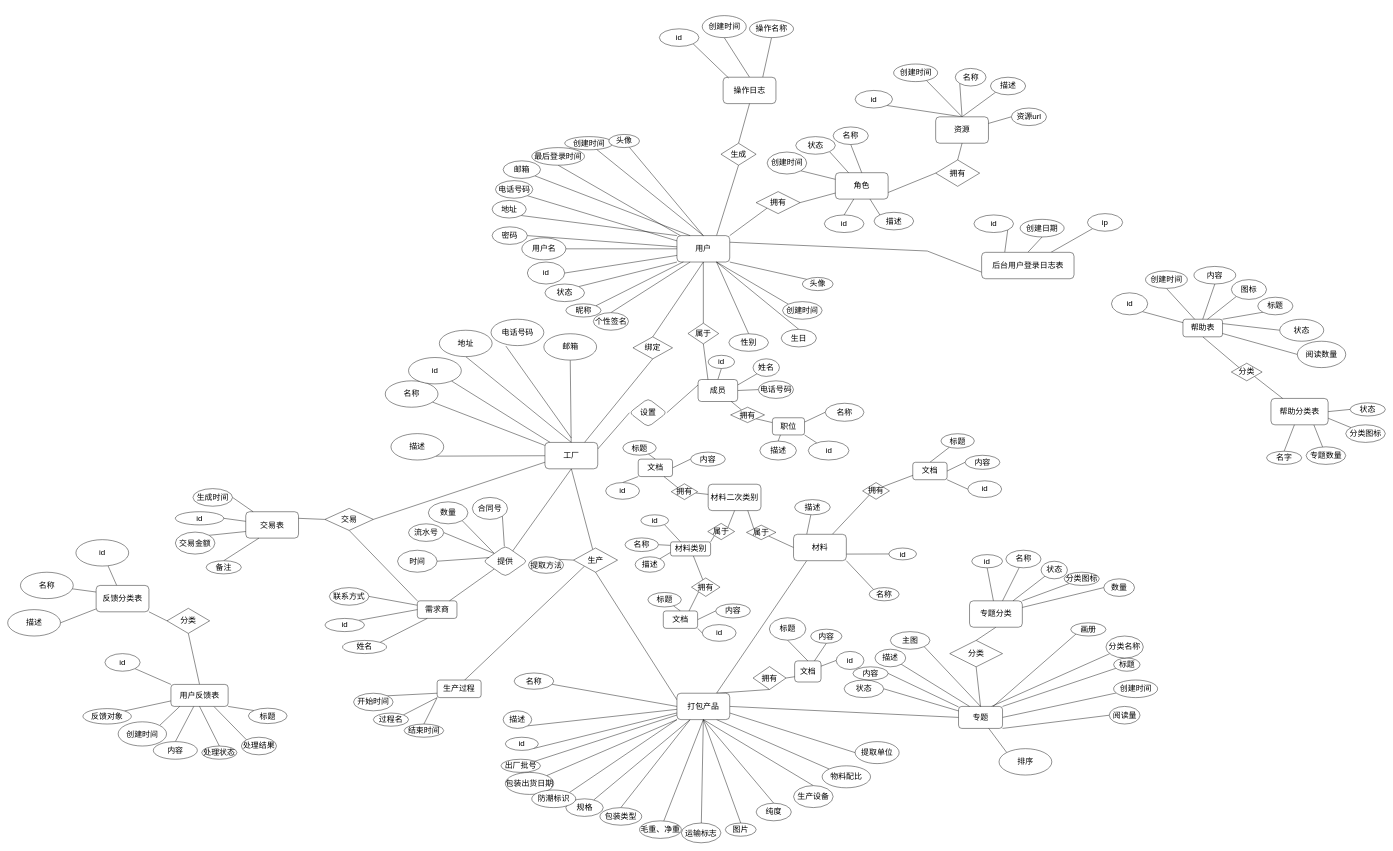
The draw.io diagram document/scheme/稀土产品数据库.drawio in hhoao/retrack, before the edit. Source tidied: cells renumbered, new cells numbered last; positions are measured from the earlier drawing's top-left corner, leaving out a move shared by most shapes. Both pictures are drawn from the tidied source at 44%, with x=0, y=0 at pixel (7, 15).
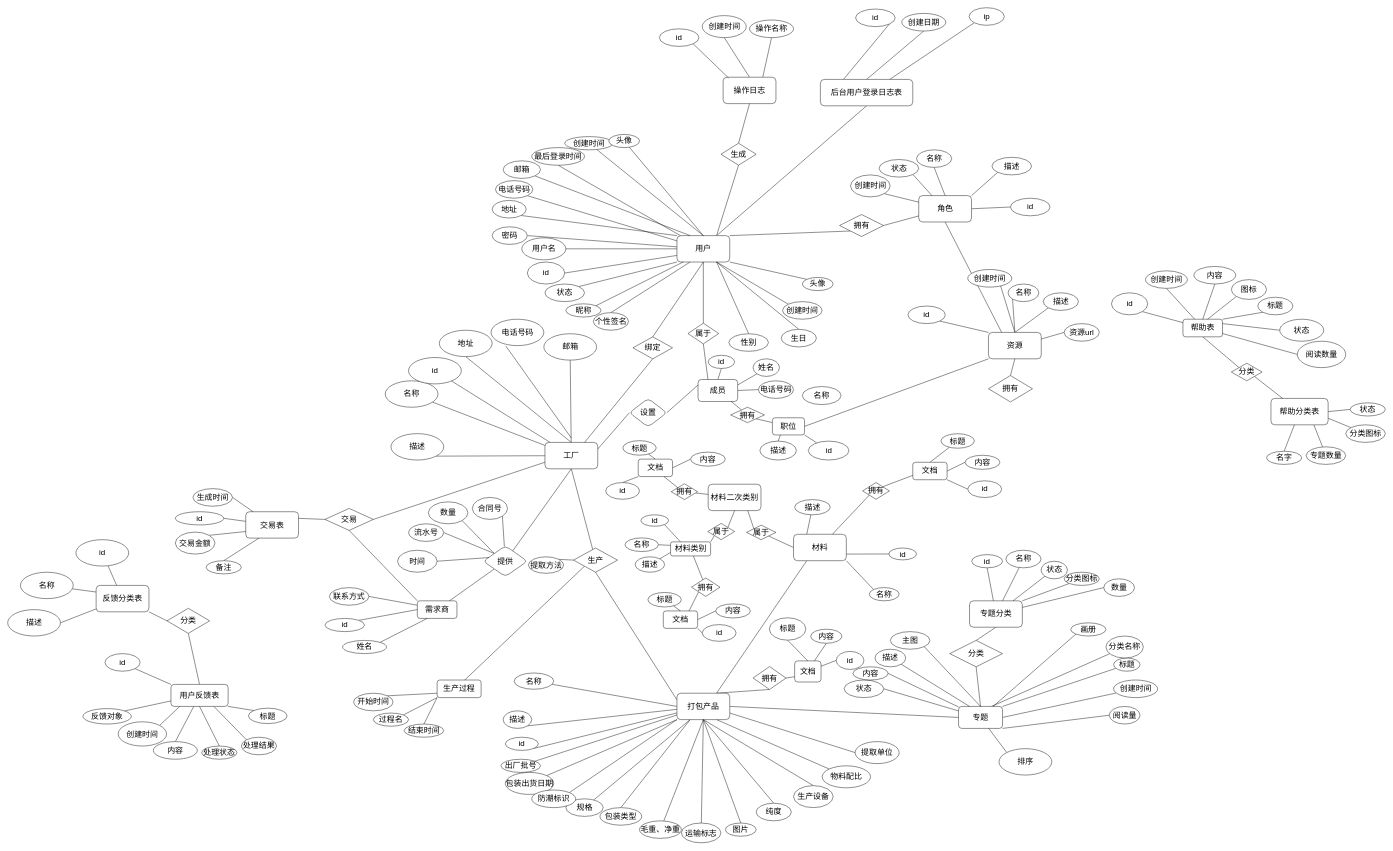
Above is the later version.

Unchanged cells that the change refers to:
```xml
<mxCell id="83" value="用户" style="rounded=1;whiteSpace=wrap;html=1;fontSize=18;" parent="1" vertex="1">
  <mxGeometry x="1521" y="500" width="120" height="60" as="geometry" />
</mxCell>
<mxCell id="278" value="职位" style="rounded=1;whiteSpace=wrap;html=1;fontFamily=Helvetica;fontSize=18;fontColor=default;" parent="1" vertex="1">
  <mxGeometry x="1738" y="914" width="73" height="39" as="geometry" />
</mxCell>
```

Change to the diagram source:
```diff
@@
-    <mxCell id="82" style="edgeStyle=none;rounded=0;jettySize=auto;html=1;exitX=1;exitY=0.25;exitDx=0;exitDy=0;entryX=0;entryY=0.75;entryDx=0;entryDy=0;fontSize=18;endArrow=none;endFill=0;" parent="1" edge="1" source="83" target="142">
-      <mxGeometry relative="1" as="geometry">
-        <Array as="points">
-          <mxPoint x="2090" y="535" />
-        </Array>
-      </mxGeometry>
+    <mxCell id="82" style="rounded=0;jettySize=auto;html=1;exitX=0.75;exitY=0;exitDx=0;exitDy=0;entryX=0.5;entryY=1;entryDx=0;entryDy=0;endArrow=none;endFill=0;" parent="1" edge="1" source="83" target="142">
+      <mxGeometry relative="1" as="geometry" />
     </mxCell>
@@
-    <mxCell id="98" style="edgeStyle=none;rounded=0;jettySize=auto;html=1;exitX=1;exitY=0.75;exitDx=0;exitDy=0;entryX=0;entryY=0.5;entryDx=0;entryDy=0;fontSize=18;endArrow=none;endFill=0;" parent="1" edge="1" source="99" target="115">
-      <mxGeometry relative="1" as="geometry" />
-    </mxCell>
+    <mxCell id="346" style="edgeStyle=none;rounded=0;jettySize=auto;html=1;exitX=1;exitY=0;exitDx=0;exitDy=0;entryX=0;entryY=1;entryDx=0;entryDy=0;endArrow=none;endFill=0;" parent="1" edge="1" source="99" target="128">
+      <mxGeometry relative="1" as="geometry" />
+    </mxCell>
+    <mxCell id="347" style="edgeStyle=none;rounded=0;jettySize=auto;html=1;exitX=1;exitY=0.5;exitDx=0;exitDy=0;entryX=0;entryY=0.5;entryDx=0;entryDy=0;endArrow=none;endFill=0;" parent="1" edge="1" source="99" target="120">
+      <mxGeometry relative="1" as="geometry" />
+    </mxCell>
+    <mxCell id="348" style="edgeStyle=none;rounded=0;jettySize=auto;html=1;exitX=0.5;exitY=1;exitDx=0;exitDy=0;entryX=0.25;entryY=0;entryDx=0;entryDy=0;endArrow=none;endFill=0;" parent="1" edge="1" source="99" target="110">
+      <mxGeometry relative="1" as="geometry" />
+    </mxCell>
     <mxCell id="99" value="角色" style="rounded=1;whiteSpace=wrap;html=1;fontSize=18;" parent="1" vertex="1">
-      <mxGeometry x="1881" y="357" width="120" height="60" as="geometry" />
+      <mxGeometry x="2070.5" y="409" width="120" height="60" as="geometry" />
     </mxCell>
@@
     <mxCell id="101" value="拥有" style="rhombus;whiteSpace=wrap;html=1;fontSize=18;" parent="1" vertex="1">
-      <mxGeometry x="1701" y="400" width="100" height="50" as="geometry" />
+      <mxGeometry x="1890.5" y="452" width="100" height="50" as="geometry" />
     </mxCell>
@@
-    <mxCell id="106" style="edgeStyle=none;rounded=0;jettySize=auto;html=1;exitX=0.5;exitY=0;exitDx=0;exitDy=0;entryX=1;entryY=1;entryDx=0;entryDy=0;fontSize=18;endArrow=none;endFill=0;" parent="1" edge="1" source="110" target="113">
-      <mxGeometry relative="1" as="geometry" />
-    </mxCell>
@@
     <mxCell id="110" value="资源" style="rounded=1;whiteSpace=wrap;html=1;fontSize=18;" parent="1" vertex="1">
-      <mxGeometry x="2109" y="230" width="120" height="60" as="geometry" />
+      <mxGeometry x="2229" y="720" width="120" height="60" as="geometry" />
     </mxCell>
@@
+    <mxCell id="349" style="edgeStyle=none;rounded=0;jettySize=auto;html=1;exitX=1;exitY=1;exitDx=0;exitDy=0;entryX=0;entryY=0;entryDx=0;entryDy=0;endArrow=none;endFill=0;" parent="1" edge="1" source="113" target="110">
+      <mxGeometry relative="1" as="geometry" />
+    </mxCell>
     <mxCell id="113" value="id" style="ellipse;whiteSpace=wrap;html=1;fontSize=18;" parent="1" vertex="1">
-      <mxGeometry x="1926" y="170" width="85" height="40" as="geometry" />
+      <mxGeometry x="2046" y="660" width="85" height="40" as="geometry" />
     </mxCell>
@@
     <mxCell id="115" value="拥有" style="rhombus;whiteSpace=wrap;html=1;fontSize=18;" parent="1" vertex="1">
-      <mxGeometry x="2109" y="328" width="100" height="60" as="geometry" />
+      <mxGeometry x="2229" y="818" width="100" height="60" as="geometry" />
     </mxCell>
     <mxCell id="116" value="名称" style="ellipse;whiteSpace=wrap;html=1;fontSize=18;" parent="1" vertex="1">
-      <mxGeometry x="2153.5" y="120" width="70" height="40" as="geometry" />
+      <mxGeometry x="2273.5" y="610" width="70" height="40" as="geometry" />
     </mxCell>
     <mxCell id="117" value="描述" style="ellipse;whiteSpace=wrap;html=1;fontSize=18;" parent="1" vertex="1">
-      <mxGeometry x="2233.5" y="140" width="80" height="40" as="geometry" />
+      <mxGeometry x="2353.5" y="630" width="80" height="40" as="geometry" />
     </mxCell>
     <mxCell id="118" value="创建时间" style="ellipse;whiteSpace=wrap;html=1;fontSize=18;" parent="1" vertex="1">
-      <mxGeometry x="2013.5" y="110" width="100" height="40" as="geometry" />
+      <mxGeometry x="2182" y="577" width="100" height="40" as="geometry" />
     </mxCell>
-    <mxCell id="119" style="edgeStyle=none;rounded=0;jettySize=auto;html=1;exitX=0.5;exitY=0;exitDx=0;exitDy=0;strokeColor=default;endArrow=none;endFill=0;" parent="1" edge="1" source="120" target="99">
-      <mxGeometry relative="1" as="geometry" />
-    </mxCell>
     <mxCell id="120" value="id" style="ellipse;whiteSpace=wrap;html=1;fontSize=18;" parent="1" vertex="1">
-      <mxGeometry x="1856" y="453" width="90" height="40" as="geometry" />
+      <mxGeometry x="2279" y="415" width="90" height="40" as="geometry" />
     </mxCell>
@@
     <mxCell id="122" value="名称" style="ellipse;whiteSpace=wrap;html=1;fontSize=18;" parent="1" vertex="1">
-      <mxGeometry x="1876" y="253" width="80" height="40" as="geometry" />
+      <mxGeometry x="2065.5" y="305" width="80" height="40" as="geometry" />
     </mxCell>
@@
     <mxCell id="124" value="状态" style="ellipse;whiteSpace=wrap;html=1;fontSize=18;" parent="1" vertex="1">
-      <mxGeometry x="1791" y="275" width="90" height="40" as="geometry" />
+      <mxGeometry x="1980.5" y="327" width="90" height="40" as="geometry" />
     </mxCell>
@@
     <mxCell id="126" value="创建时间" style="ellipse;whiteSpace=wrap;html=1;fontSize=18;" parent="1" vertex="1">
-      <mxGeometry x="1726" y="310" width="90" height="50" as="geometry" />
+      <mxGeometry x="1915.5" y="362" width="90" height="50" as="geometry" />
     </mxCell>
-    <mxCell id="127" style="edgeStyle=none;rounded=0;jettySize=auto;html=1;exitX=0;exitY=0;exitDx=0;exitDy=0;strokeColor=default;endArrow=none;endFill=0;" parent="1" edge="1" source="128" target="99">
-      <mxGeometry relative="1" as="geometry" />
-    </mxCell>
     <mxCell id="128" value="描述" style="ellipse;whiteSpace=wrap;html=1;fontSize=18;" parent="1" vertex="1">
-      <mxGeometry x="1969" y="447" width="90" height="40" as="geometry" />
+      <mxGeometry x="2237" y="322" width="90" height="40" as="geometry" />
     </mxCell>
@@
     <mxCell id="130" value="资源url" style="ellipse;whiteSpace=wrap;html=1;fontSize=18;" parent="1" vertex="1">
-      <mxGeometry x="2281" y="210" width="80" height="40" as="geometry" />
+      <mxGeometry x="2401" y="700" width="80" height="40" as="geometry" />
     </mxCell>
@@
     <mxCell id="142" value="后台用户登录日志表" style="rounded=1;whiteSpace=wrap;html=1;fontSize=18;" parent="1" vertex="1">
-      <mxGeometry x="2213.5" y="538" width="210" height="60" as="geometry" />
+      <mxGeometry x="1847" y="145" width="210" height="60" as="geometry" />
     </mxCell>
     <mxCell id="143" value="创建日期" style="ellipse;whiteSpace=wrap;html=1;fontSize=18;" parent="1" vertex="1">
-      <mxGeometry x="2301" y="463" width="100" height="40" as="geometry" />
+      <mxGeometry x="2032" y="-5" width="100" height="40" as="geometry" />
     </mxCell>
     <mxCell id="144" value="id" style="ellipse;whiteSpace=wrap;html=1;fontSize=18;" parent="1" vertex="1">
-      <mxGeometry x="2196" y="453" width="90" height="40" as="geometry" />
+      <mxGeometry x="1927" y="-15" width="90" height="40" as="geometry" />
     </mxCell>
     <mxCell id="145" value="ip" style="ellipse;whiteSpace=wrap;html=1;fontSize=18;" parent="1" vertex="1">
-      <mxGeometry x="2454" y="450" width="80" height="40" as="geometry" />
+      <mxGeometry x="2185" y="-18" width="80" height="40" as="geometry" />
     </mxCell>
@@
-    <mxCell id="276" style="edgeStyle=none;shape=connector;rounded=0;jettySize=auto;html=1;exitX=1;exitY=0.25;exitDx=0;exitDy=0;entryX=0;entryY=0.5;entryDx=0;entryDy=0;labelBackgroundColor=default;fontFamily=Helvetica;fontSize=18;fontColor=default;endArrow=none;endFill=0;strokeColor=default;" parent="1" edge="1" source="278" target="279">
-      <mxGeometry relative="1" as="geometry" />
-    </mxCell>
@@
+    <mxCell id="350" style="edgeStyle=none;rounded=0;jettySize=auto;html=1;exitX=1;exitY=0.5;exitDx=0;exitDy=0;entryX=0;entryY=1;entryDx=0;entryDy=0;endArrow=none;endFill=0;" parent="1" edge="1" source="278" target="110">
+      <mxGeometry relative="1" as="geometry" />
+    </mxCell>
@@
     <mxCell id="279" value="名称" style="ellipse;whiteSpace=wrap;html=1;fontFamily=Helvetica;fontSize=18;fontColor=default;" parent="1" vertex="1">
-      <mxGeometry x="1858" y="881" width="88" height="41" as="geometry" />
+      <mxGeometry x="1806" y="843" width="88" height="41" as="geometry" />
     </mxCell>
```
